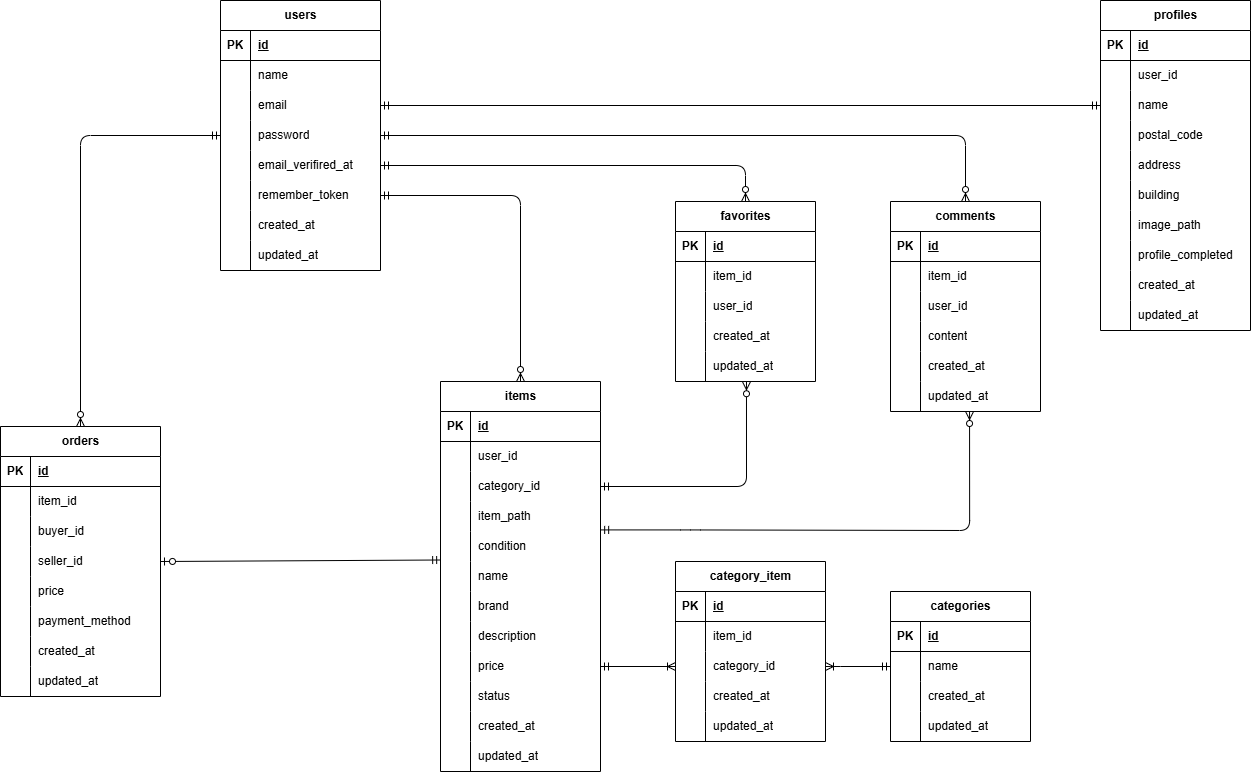
Above: index.drawio.png in ktpsc000/CoachtechFleaMarket (draw.io), before the change. Source tidied: cells renumbered, new cells last; positions are measured from the earlier drawing's top-left corner, leaving out a move shared by most shapes.
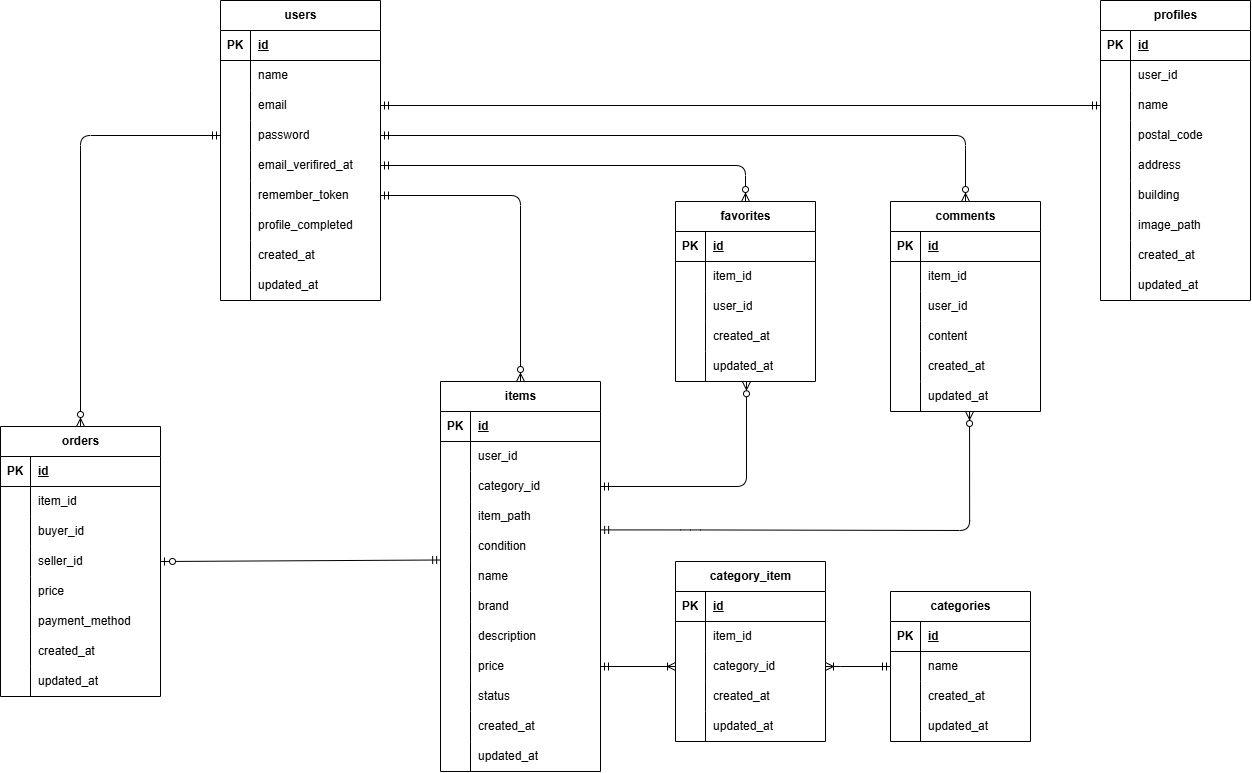
The same diagram one commit later.

Diff of the diagram source:
```diff
@@ -333,7 +333,7 @@
       <mxGeometry x="30" width="110" height="30" as="geometry" />
     </mxCell>
     <mxCell id="112" value="users" style="shape=table;startSize=30;rowLines=0;fontStyle=1;align=center;html=1;" parent="1" vertex="1">
-      <mxGeometry x="220" width="160" height="270" as="geometry" />
+      <mxGeometry x="220" width="160" height="300" as="geometry" />
     </mxCell>
     <mxCell id="113" style="shape=tableRow;horizontal=0;startSize=0;swimlaneHead=0;swimlaneBody=0;fillColor=none;top=0;left=0;right=0;bottom=1;" parent="112" vertex="1">
       <mxGeometry y="30" width="160" height="30" as="geometry" />
@@ -389,8 +389,17 @@
     <mxCell id="130" value="remember_token" style="shape=partialRectangle;fillColor=none;top=0;left=0;bottom=0;right=0;align=left;spacingLeft=6;overflow=hidden;whiteSpace=wrap;html=1;" parent="128" vertex="1">
       <mxGeometry x="30" width="130" height="30" as="geometry" />
     </mxCell>
+    <mxCell id="197" style="shape=tableRow;horizontal=0;startSize=0;swimlaneHead=0;swimlaneBody=0;fillColor=none;top=0;left=0;right=0;bottom=0;" parent="112" vertex="1">
+      <mxGeometry y="210" width="160" height="30" as="geometry" />
+    </mxCell>
+    <mxCell id="185" style="shape=partialRectangle;fillColor=none;top=0;left=0;bottom=0;right=0;overflow=hidden;whiteSpace=wrap;html=1;" parent="197" vertex="1">
+      <mxGeometry width="30" height="30" as="geometry" />
+    </mxCell>
+    <mxCell id="186" value="&lt;span style=&quot;color: rgb(0, 0, 0);&quot;&gt;profile_completed&lt;/span&gt;" style="shape=partialRectangle;fillColor=none;top=0;left=0;bottom=0;right=0;align=left;spacingLeft=6;overflow=hidden;whiteSpace=wrap;html=1;" parent="197" vertex="1">
+      <mxGeometry x="30" width="130" height="30" as="geometry" />
+    </mxCell>
     <mxCell id="131" style="shape=tableRow;horizontal=0;startSize=0;swimlaneHead=0;swimlaneBody=0;fillColor=none;top=0;left=0;right=0;bottom=0;" parent="112" vertex="1">
-      <mxGeometry y="210" width="160" height="30" as="geometry" />
+      <mxGeometry y="240" width="160" height="30" as="geometry" />
     </mxCell>
     <mxCell id="132" style="shape=partialRectangle;fillColor=none;top=0;left=0;bottom=0;right=0;overflow=hidden;whiteSpace=wrap;html=1;" parent="131" vertex="1">
       <mxGeometry width="30" height="30" as="geometry" />
@@ -399,7 +408,7 @@
       <mxGeometry x="30" width="130" height="30" as="geometry" />
     </mxCell>
     <mxCell id="134" style="shape=tableRow;horizontal=0;startSize=0;swimlaneHead=0;swimlaneBody=0;fillColor=none;top=0;left=0;right=0;bottom=0;" parent="112" vertex="1">
-      <mxGeometry y="240" width="160" height="30" as="geometry" />
+      <mxGeometry y="270" width="160" height="30" as="geometry" />
     </mxCell>
     <mxCell id="135" style="shape=partialRectangle;fillColor=none;top=0;left=0;bottom=0;right=0;overflow=hidden;whiteSpace=wrap;html=1;" parent="134" vertex="1">
       <mxGeometry width="30" height="30" as="geometry" />
@@ -499,7 +508,7 @@
       </mxGeometry>
     </mxCell>
     <mxCell id="162" value="profiles" style="shape=table;startSize=30;rowLines=0;fontStyle=1;align=center;html=1;" parent="1" vertex="1">
-      <mxGeometry x="1100" width="150" height="330" as="geometry" />
+      <mxGeometry x="1100" width="150" height="300" as="geometry" />
     </mxCell>
     <mxCell id="163" style="shape=tableRow;horizontal=0;startSize=0;swimlaneHead=0;swimlaneBody=0;fillColor=none;top=0;left=0;right=0;bottom=1;" parent="162" vertex="1">
       <mxGeometry y="30" width="150" height="30" as="geometry" />
@@ -564,17 +573,8 @@
     <mxCell id="183" value="image_path" style="shape=partialRectangle;fillColor=none;top=0;left=0;bottom=0;right=0;align=left;spacingLeft=6;overflow=hidden;whiteSpace=wrap;html=1;" parent="181" vertex="1">
       <mxGeometry x="30" width="120" height="30" as="geometry" />
     </mxCell>
-    <mxCell id="184" style="shape=tableRow;horizontal=0;startSize=0;swimlaneHead=0;swimlaneBody=0;fillColor=none;top=0;left=0;right=0;bottom=0;" parent="162" vertex="1">
-      <mxGeometry y="240" width="150" height="30" as="geometry" />
-    </mxCell>
-    <mxCell id="185" style="shape=partialRectangle;fillColor=none;top=0;left=0;bottom=0;right=0;overflow=hidden;whiteSpace=wrap;html=1;" parent="184" vertex="1">
-      <mxGeometry width="30" height="30" as="geometry" />
-    </mxCell>
-    <mxCell id="186" value="profile_completed" style="shape=partialRectangle;fillColor=none;top=0;left=0;bottom=0;right=0;align=left;spacingLeft=6;overflow=hidden;whiteSpace=wrap;html=1;" parent="184" vertex="1">
-      <mxGeometry x="30" width="120" height="30" as="geometry" />
-    </mxCell>
     <mxCell id="187" style="shape=tableRow;horizontal=0;startSize=0;swimlaneHead=0;swimlaneBody=0;fillColor=none;top=0;left=0;right=0;bottom=0;" parent="162" vertex="1">
-      <mxGeometry y="270" width="150" height="30" as="geometry" />
+      <mxGeometry y="240" width="150" height="30" as="geometry" />
     </mxCell>
     <mxCell id="188" style="shape=partialRectangle;fillColor=none;top=0;left=0;bottom=0;right=0;overflow=hidden;whiteSpace=wrap;html=1;" parent="187" vertex="1">
       <mxGeometry width="30" height="30" as="geometry" />
@@ -583,7 +583,7 @@
       <mxGeometry x="30" width="120" height="30" as="geometry" />
     </mxCell>
     <mxCell id="190" style="shape=tableRow;horizontal=0;startSize=0;swimlaneHead=0;swimlaneBody=0;fillColor=none;top=0;left=0;right=0;bottom=0;" parent="162" vertex="1">
-      <mxGeometry y="300" width="150" height="30" as="geometry" />
+      <mxGeometry y="270" width="150" height="30" as="geometry" />
     </mxCell>
     <mxCell id="191" style="shape=partialRectangle;fillColor=none;top=0;left=0;bottom=0;right=0;overflow=hidden;whiteSpace=wrap;html=1;" parent="190" vertex="1">
       <mxGeometry width="30" height="30" as="geometry" />
```
